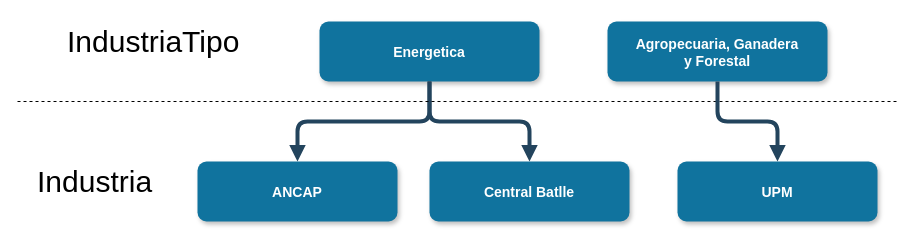
gonzalomelov/dw-calidad-aire-docs keeps this draw.io diagram as 2. Diseño conceptual/industrias_example.drawio. Above is the earlier version. Source tidied: cells renumbered, new cells numbered last; positions are measured from the earlier drawing's top-left corner, leaving out a move shared by most shapes. Both pictures are drawn from the tidied source at 100%, with x=0, y=0 at pixel (17, 21).
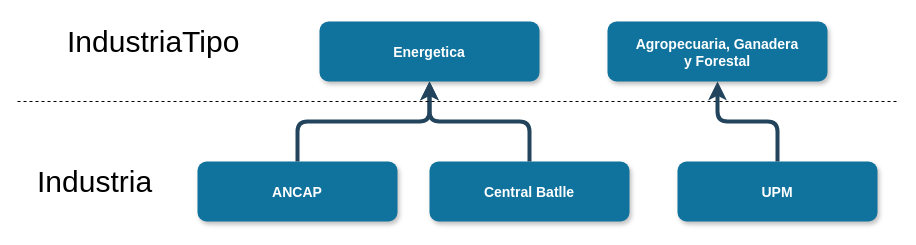
The same diagram, later.

The edit, as a diff of the source:
```diff
@@
 <mxGraphModel background="#ffffff">
   <root>
     <mxCell id="0" />
     <mxCell id="1" parent="0" />
     <mxCell id="2" value="Energetica" style="rounded=1;fillColor=#10739E;strokeColor=none;shadow=1;gradientColor=none;fontStyle=1;fontColor=#FFFFFF;fontSize=14;" parent="1" vertex="1">
       <mxGeometry x="302" width="220" height="60" as="geometry" />
     </mxCell>
     <mxCell id="3" value="ANCAP" style="rounded=1;fillColor=#10739E;strokeColor=none;shadow=1;gradientColor=none;fontStyle=1;fontColor=#FFFFFF;fontSize=14;" parent="1" vertex="1">
       <mxGeometry x="180" y="140" width="200" height="60" as="geometry" />
     </mxCell>
     <mxCell id="4" value="Central Batlle" style="rounded=1;fillColor=#10739E;strokeColor=none;shadow=1;gradientColor=none;fontStyle=1;fontColor=#FFFFFF;fontSize=14;" parent="1" vertex="1">
       <mxGeometry x="412" y="140" width="200" height="60" as="geometry" />
     </mxCell>
-    <mxCell id="5" style="edgeStyle=elbowEdgeStyle;elbow=vertical;strokeWidth=4;endArrow=block;endFill=1;fontStyle=1;strokeColor=#23445D;" parent="1" edge="1" source="2" target="4">
+    <mxCell id="5" style="edgeStyle=elbowEdgeStyle;elbow=vertical;strokeWidth=4;endArrow=none;endFill=0;fontStyle=1;strokeColor=#23445D;startArrow=classic;startFill=1;" parent="1" edge="1" source="2" target="4">
       <mxGeometry x="-178" y="370" as="geometry" />
     </mxCell>
-    <mxCell id="6" style="edgeStyle=elbowEdgeStyle;elbow=vertical;strokeWidth=4;endArrow=block;endFill=1;fontStyle=1;strokeColor=#23445D;" parent="1" edge="1" source="2" target="3">
+    <mxCell id="6" style="edgeStyle=elbowEdgeStyle;elbow=vertical;strokeWidth=4;endArrow=none;endFill=0;fontStyle=1;strokeColor=#23445D;startArrow=classic;startFill=1;" parent="1" edge="1" source="2" target="3">
       <mxGeometry x="-178" y="370" as="geometry" />
     </mxCell>
     <mxCell id="7" style="endArrow=none;dashed=1;html=1;" parent="1" edge="1">
       <mxGeometry relative="1" as="geometry">
         <mxPoint y="80" as="sourcePoint" />
         <mxPoint x="880" y="80" as="targetPoint" />
       </mxGeometry>
     </mxCell>
     <mxCell id="8" value="&lt;span style=&quot;font-size: 30px&quot;&gt;IndustriaTipo&lt;/span&gt;" style="text;html=1;align=left;verticalAlign=top;spacingTop=-4;" parent="1" vertex="1">
       <mxGeometry x="48" width="190" height="20" as="geometry" />
     </mxCell>
     <mxCell id="9" value="&lt;span style=&quot;font-size: 30px&quot;&gt;Industria&lt;/span&gt;" style="text;html=1;align=left;verticalAlign=top;spacingTop=-4;" parent="1" vertex="1">
       <mxGeometry x="18" y="140" width="130" height="20" as="geometry" />
     </mxCell>
     <mxCell id="10" value="Agropecuaria, Ganadera&#10;y Forestal" style="rounded=1;fillColor=#10739E;strokeColor=none;shadow=1;gradientColor=none;fontStyle=1;fontColor=#FFFFFF;fontSize=14;" parent="1" vertex="1">
       <mxGeometry x="590" width="220" height="60" as="geometry" />
     </mxCell>
     <mxCell id="11" value="UPM" style="rounded=1;fillColor=#10739E;strokeColor=none;shadow=1;gradientColor=none;fontStyle=1;fontColor=#FFFFFF;fontSize=14;" parent="1" vertex="1">
       <mxGeometry x="660" y="140" width="200" height="60" as="geometry" />
     </mxCell>
-    <mxCell id="12" style="edgeStyle=elbowEdgeStyle;elbow=vertical;strokeWidth=4;endArrow=block;endFill=1;fontStyle=1;strokeColor=#23445D;entryX=0.5;entryY=0;entryDx=0;entryDy=0;exitX=0.5;exitY=1;exitDx=0;exitDy=0;" parent="1" edge="1" source="10" target="11">
+    <mxCell id="12" style="edgeStyle=elbowEdgeStyle;elbow=vertical;strokeWidth=4;endArrow=none;endFill=0;fontStyle=1;strokeColor=#23445D;entryX=0.5;entryY=0;entryDx=0;entryDy=0;exitX=0.5;exitY=1;exitDx=0;exitDy=0;startArrow=classic;startFill=1;" parent="1" edge="1" source="10" target="11">
       <mxGeometry x="-168" y="380" as="geometry" />
     </mxCell>
   </root>
 </mxGraphModel>
```
